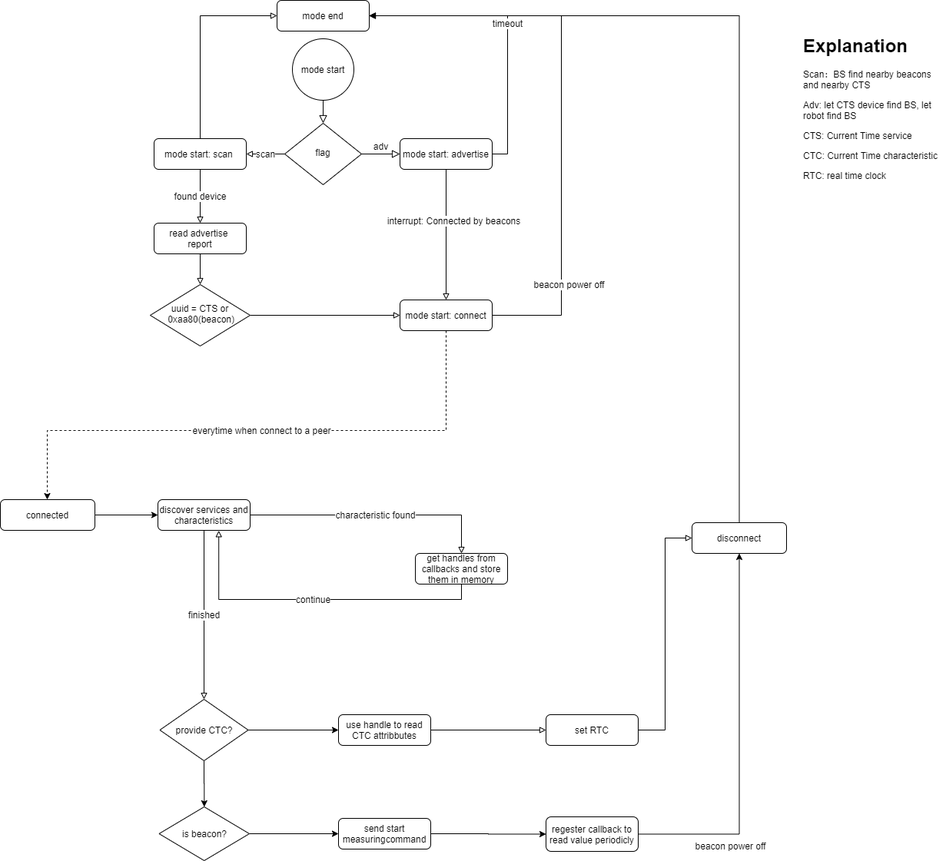
xuanjiao/BLE_adapter_nRF52 keeps this draw.io diagram as drawio_assets/work_flow_bs.png. Above is the earlier version. Source tidied: cells renumbered, new cells last; positions are measured from the earlier drawing's top-left corner, leaving out a move shared by most shapes. Its diagram source:
```xml
<mxGraphModel>
  <root>
    <mxCell id="0" />
    <mxCell id="1" parent="0" />
    <mxCell id="2" style="rounded=0;html=1;jettySize=auto;fontSize=11;endArrow=block;endFill=0;endSize=8;strokeWidth=1;shadow=0;labelBackgroundColor=none;edgeStyle=orthogonalEdgeStyle;exitX=0.5;exitY=1;exitDx=0;exitDy=0;" parent="1" edge="1" source="44" target="5">
      <mxGeometry relative="1" as="geometry" />
    </mxCell>
    <mxCell id="3" value="adv" style="edgeStyle=orthogonalEdgeStyle;rounded=0;html=1;jettySize=auto;fontSize=11;endArrow=block;endFill=0;endSize=8;strokeWidth=1;shadow=0;labelBackgroundColor=none;" parent="1" edge="1" source="5" target="8">
      <mxGeometry y="10" relative="1" as="geometry" />
    </mxCell>
    <mxCell id="4" value="scan" style="edgeStyle=orthogonalEdgeStyle;rounded=0;jettySize=auto;html=1;exitX=0;exitY=0.5;exitDx=0;exitDy=0;entryX=1;entryY=0.5;entryDx=0;entryDy=0;endArrow=block;endFill=0;" parent="1" edge="1" source="5" target="16">
      <mxGeometry relative="1" as="geometry" />
    </mxCell>
    <mxCell id="5" value="flag" style="rhombus;whiteSpace=wrap;html=1;shadow=0;fontFamily=Helvetica;fontSize=12;align=center;strokeWidth=1;spacing=6;spacingTop=-4;" parent="1" vertex="1">
      <mxGeometry x="370" y="160" width="100" height="80" as="geometry" />
    </mxCell>
    <mxCell id="6" value="timeout" style="edgeStyle=orthogonalEdgeStyle;rounded=0;jettySize=auto;html=1;exitX=1;exitY=0.5;exitDx=0;exitDy=0;entryX=1;entryY=0.5;entryDx=0;entryDy=0;" parent="1" edge="1" source="8" target="21">
      <mxGeometry relative="1" as="geometry" />
    </mxCell>
    <mxCell id="7" value="interrupt: Connected by beacons" style="edgeStyle=orthogonalEdgeStyle;rounded=0;jettySize=auto;html=1;entryX=0.5;entryY=0;entryDx=0;entryDy=0;endArrow=block;endFill=0;strokeColor=#000000;" parent="1" edge="1" source="8" target="11">
      <mxGeometry x="-0.39" y="18" relative="1" as="geometry">
        <mxPoint x="-8" y="15" as="offset" />
      </mxGeometry>
    </mxCell>
    <mxCell id="8" value="mode start: advertise" style="rounded=1;whiteSpace=wrap;html=1;fontSize=12;glass=0;strokeWidth=1;shadow=0;" parent="1" vertex="1">
      <mxGeometry x="520" y="180" width="120" height="40" as="geometry" />
    </mxCell>
    <mxCell id="9" value="beacon power off" style="edgeStyle=orthogonalEdgeStyle;rounded=0;jettySize=auto;html=1;exitX=1;exitY=0.5;exitDx=0;exitDy=0;entryX=1;entryY=0.5;entryDx=0;entryDy=0;endArrow=block;endFill=0;strokeColor=#000000;" parent="1" edge="1" source="11" target="21">
      <mxGeometry x="-0.64" y="-10" relative="1" as="geometry">
        <Array as="points">
          <mxPoint x="730" y="410" />
          <mxPoint x="730" y="20" />
        </Array>
      </mxGeometry>
    </mxCell>
    <mxCell id="10" value="everytime when connect to a peer" style="edgeStyle=orthogonalEdgeStyle;rounded=0;jettySize=auto;html=1;dashed=1;" parent="1" edge="1" source="11" target="34">
      <mxGeometry relative="1" as="geometry">
        <Array as="points">
          <mxPoint x="580" y="560" />
          <mxPoint x="61" y="560" />
        </Array>
      </mxGeometry>
    </mxCell>
    <mxCell id="11" value="mode start: connect" style="rounded=1;whiteSpace=wrap;html=1;fontSize=12;glass=0;strokeWidth=1;shadow=0;" parent="1" vertex="1">
      <mxGeometry x="520" y="390" width="120" height="40" as="geometry" />
    </mxCell>
    <mxCell id="12" value="&lt;h1&gt;Explanation&lt;/h1&gt;&lt;p&gt;Scan：BS find nearby beacons and nearby CTS&lt;/p&gt;&lt;p&gt;Adv: let CTS device find BS, let robot find BS&lt;/p&gt;&lt;p&gt;CTS: Current Time service&lt;/p&gt;&lt;p&gt;CTC: Current Time characteristic&lt;/p&gt;&lt;p&gt;RTC: real time clock&lt;/p&gt;" style="text;html=1;strokeColor=none;fillColor=none;spacing=5;spacingTop=-20;whiteSpace=wrap;overflow=hidden;rounded=0;" parent="1" vertex="1">
      <mxGeometry x="1040" y="40" width="190" height="330" as="geometry" />
    </mxCell>
    <mxCell id="13" value="found device" style="edgeStyle=orthogonalEdgeStyle;rounded=0;jettySize=auto;html=1;endArrow=block;endFill=0;" parent="1" edge="1" source="16" target="18">
      <mxGeometry relative="1" as="geometry" />
    </mxCell>
    <mxCell id="14" style="edgeStyle=orthogonalEdgeStyle;rounded=0;jettySize=auto;html=1;exitX=0.5;exitY=0;exitDx=0;exitDy=0;entryX=0;entryY=0.5;entryDx=0;entryDy=0;endArrow=block;endFill=0;strokeColor=#FFFFFF;" parent="1" edge="1" source="16">
      <mxGeometry relative="1" as="geometry">
        <mxPoint x="360" y="90" as="targetPoint" />
      </mxGeometry>
    </mxCell>
    <mxCell id="15" style="edgeStyle=orthogonalEdgeStyle;rounded=0;jettySize=auto;html=1;entryX=0;entryY=0.5;entryDx=0;entryDy=0;endArrow=block;endFill=0;strokeColor=#000000;exitX=0.5;exitY=0;exitDx=0;exitDy=0;" parent="1" edge="1" source="16" target="21">
      <mxGeometry relative="1" as="geometry">
        <Array as="points">
          <mxPoint x="260" y="20" />
        </Array>
      </mxGeometry>
    </mxCell>
    <mxCell id="16" value="mode start: scan&amp;nbsp;" style="rounded=1;whiteSpace=wrap;html=1;fontSize=12;glass=0;strokeWidth=1;shadow=0;" parent="1" vertex="1">
      <mxGeometry x="200" y="180" width="120" height="40" as="geometry" />
    </mxCell>
    <mxCell id="17" style="edgeStyle=orthogonalEdgeStyle;rounded=0;jettySize=auto;html=1;endArrow=block;endFill=0;" parent="1" edge="1" source="18" target="20">
      <mxGeometry relative="1" as="geometry" />
    </mxCell>
    <mxCell id="18" value="read advertise &lt;br&gt;report" style="rounded=1;whiteSpace=wrap;html=1;fontSize=12;glass=0;strokeWidth=1;shadow=0;" parent="1" vertex="1">
      <mxGeometry x="200" y="290" width="120" height="40" as="geometry" />
    </mxCell>
    <mxCell id="19" style="edgeStyle=orthogonalEdgeStyle;rounded=0;jettySize=auto;html=1;exitX=1;exitY=0.5;exitDx=0;exitDy=0;endArrow=block;endFill=0;" parent="1" edge="1" source="20" target="11">
      <mxGeometry relative="1" as="geometry" />
    </mxCell>
    <mxCell id="20" value="uuid = CTS or&lt;br&gt;&amp;nbsp;0xaa80(beacon)" style="rhombus;whiteSpace=wrap;html=1;shadow=0;fontFamily=Helvetica;fontSize=12;align=center;strokeWidth=1;spacing=6;spacingTop=-4;" parent="1" vertex="1">
      <mxGeometry x="195" y="370" width="130" height="80" as="geometry" />
    </mxCell>
    <mxCell id="21" value="mode end" style="rounded=1;whiteSpace=wrap;html=1;fontSize=12;glass=0;strokeWidth=1;shadow=0;" parent="1" vertex="1">
      <mxGeometry x="360" width="120" height="40" as="geometry" />
    </mxCell>
    <mxCell id="22" value="finished" style="edgeStyle=orthogonalEdgeStyle;rounded=0;jettySize=auto;html=1;endArrow=block;endFill=0;strokeColor=#000000;exitX=0.5;exitY=1;exitDx=0;exitDy=0;entryX=0.5;entryY=0;entryDx=0;entryDy=0;" parent="1" edge="1" source="24" target="39">
      <mxGeometry relative="1" as="geometry" />
    </mxCell>
    <mxCell id="23" value="characteristic found" style="edgeStyle=orthogonalEdgeStyle;rounded=0;jettySize=auto;html=1;exitX=1;exitY=0.5;exitDx=0;exitDy=0;entryX=0.5;entryY=0;entryDx=0;entryDy=0;endArrow=block;endFill=0;strokeColor=#000000;" parent="1" edge="1" source="24" target="32">
      <mxGeometry relative="1" as="geometry" />
    </mxCell>
    <mxCell id="24" value="discover services and characteristics" style="rounded=1;whiteSpace=wrap;html=1;fontSize=12;glass=0;strokeWidth=1;shadow=0;" parent="1" vertex="1">
      <mxGeometry x="205" y="650" width="120" height="40" as="geometry" />
    </mxCell>
    <mxCell id="25" style="edgeStyle=orthogonalEdgeStyle;rounded=0;jettySize=auto;html=1;exitX=1;exitY=0.5;exitDx=0;exitDy=0;entryX=0;entryY=0.5;entryDx=0;entryDy=0;endArrow=block;endFill=0;strokeColor=#000000;" parent="1" edge="1" source="26" target="28">
      <mxGeometry relative="1" as="geometry" />
    </mxCell>
    <mxCell id="26" value="use handle to read CTC attribbutes" style="rounded=1;whiteSpace=wrap;html=1;fontSize=12;glass=0;strokeWidth=1;shadow=0;" parent="1" vertex="1">
      <mxGeometry x="440" y="930" width="120" height="40" as="geometry" />
    </mxCell>
    <mxCell id="27" style="edgeStyle=orthogonalEdgeStyle;rounded=0;jettySize=auto;html=1;exitX=1;exitY=0.5;exitDx=0;exitDy=0;entryX=0;entryY=0.5;entryDx=0;entryDy=0;endArrow=block;endFill=0;strokeColor=#000000;" parent="1" edge="1" source="28" target="30">
      <mxGeometry relative="1" as="geometry" />
    </mxCell>
    <mxCell id="28" value="set RTC" style="rounded=1;whiteSpace=wrap;html=1;fontSize=12;glass=0;strokeWidth=1;shadow=0;" parent="1" vertex="1">
      <mxGeometry x="710" y="930" width="120" height="40" as="geometry" />
    </mxCell>
    <mxCell id="29" style="edgeStyle=orthogonalEdgeStyle;rounded=0;jettySize=auto;html=1;exitX=0.5;exitY=0;exitDx=0;exitDy=0;entryX=1;entryY=0.5;entryDx=0;entryDy=0;endArrow=block;endFill=0;strokeColor=#000000;" parent="1" edge="1" source="30" target="21">
      <mxGeometry relative="1" as="geometry" />
    </mxCell>
    <mxCell id="30" value="disconnect" style="rounded=1;whiteSpace=wrap;html=1;" parent="1" vertex="1">
      <mxGeometry x="900" y="680" width="123" height="40" as="geometry" />
    </mxCell>
    <mxCell id="31" value="continue" style="edgeStyle=orthogonalEdgeStyle;rounded=0;jettySize=auto;html=1;exitX=0.5;exitY=1;exitDx=0;exitDy=0;entryX=0.66;entryY=1.008;entryDx=0;entryDy=0;entryPerimeter=0;endArrow=block;endFill=0;strokeColor=#000000;" parent="1" edge="1" source="32" target="24">
      <mxGeometry relative="1" as="geometry" />
    </mxCell>
    <mxCell id="32" value="get handles from callbacks and store them in memory" style="rounded=1;whiteSpace=wrap;html=1;fontSize=12;glass=0;strokeWidth=1;shadow=0;" parent="1" vertex="1">
      <mxGeometry x="540" y="720" width="120" height="40" as="geometry" />
    </mxCell>
    <mxCell id="33" style="edgeStyle=orthogonalEdgeStyle;rounded=0;jettySize=auto;html=1;entryX=0;entryY=0.5;entryDx=0;entryDy=0;" parent="1" edge="1" source="34" target="24">
      <mxGeometry relative="1" as="geometry" />
    </mxCell>
    <mxCell id="34" value="connected" style="rounded=1;whiteSpace=wrap;html=1;" parent="1" vertex="1">
      <mxGeometry y="650" width="123" height="40" as="geometry" />
    </mxCell>
    <mxCell id="35" style="edgeStyle=orthogonalEdgeStyle;rounded=0;jettySize=auto;html=1;exitX=1;exitY=0.5;exitDx=0;exitDy=0;" parent="1" edge="1" source="36" target="41">
      <mxGeometry relative="1" as="geometry" />
    </mxCell>
    <mxCell id="36" value="is beacon?" style="rhombus;whiteSpace=wrap;html=1;" parent="1" vertex="1">
      <mxGeometry x="206.5" y="1050" width="117.5" height="70" as="geometry" />
    </mxCell>
    <mxCell id="37" style="edgeStyle=orthogonalEdgeStyle;rounded=0;jettySize=auto;html=1;" parent="1" edge="1" source="39" target="26">
      <mxGeometry relative="1" as="geometry" />
    </mxCell>
    <mxCell id="38" style="edgeStyle=orthogonalEdgeStyle;rounded=0;jettySize=auto;html=1;exitX=0.5;exitY=1;exitDx=0;exitDy=0;" parent="1" edge="1" source="39" target="36">
      <mxGeometry relative="1" as="geometry" />
    </mxCell>
    <mxCell id="39" value="provide CTC?" style="rhombus;whiteSpace=wrap;html=1;" parent="1" vertex="1">
      <mxGeometry x="207.5" y="910" width="115" height="80" as="geometry" />
    </mxCell>
    <mxCell id="40" style="edgeStyle=orthogonalEdgeStyle;rounded=0;jettySize=auto;html=1;exitX=1;exitY=0.5;exitDx=0;exitDy=0;" parent="1" edge="1" source="41" target="43">
      <mxGeometry relative="1" as="geometry" />
    </mxCell>
    <mxCell id="41" value="send start measuringcommand" style="rounded=1;whiteSpace=wrap;html=1;fontSize=12;glass=0;strokeWidth=1;shadow=0;" parent="1" vertex="1">
      <mxGeometry x="440" y="1065" width="120" height="40" as="geometry" />
    </mxCell>
    <mxCell id="42" value="beacon power off" style="edgeStyle=orthogonalEdgeStyle;rounded=0;jettySize=auto;html=1;exitX=1;exitY=0.5;exitDx=0;exitDy=0;" parent="1" edge="1" source="43" target="30">
      <mxGeometry x="-0.52" y="-15" relative="1" as="geometry" />
    </mxCell>
    <mxCell id="43" value="regester callback to read value periodicly" style="rounded=1;whiteSpace=wrap;html=1;" parent="1" vertex="1">
      <mxGeometry x="710" y="1063" width="120" height="45" as="geometry" />
    </mxCell>
    <mxCell id="44" value="&lt;span style=&quot;white-space: normal&quot;&gt;mode start&lt;/span&gt;" style="ellipse;whiteSpace=wrap;html=1;" parent="1" vertex="1">
      <mxGeometry x="380" y="50" width="80" height="80" as="geometry" />
    </mxCell>
  </root>
</mxGraphModel>
```
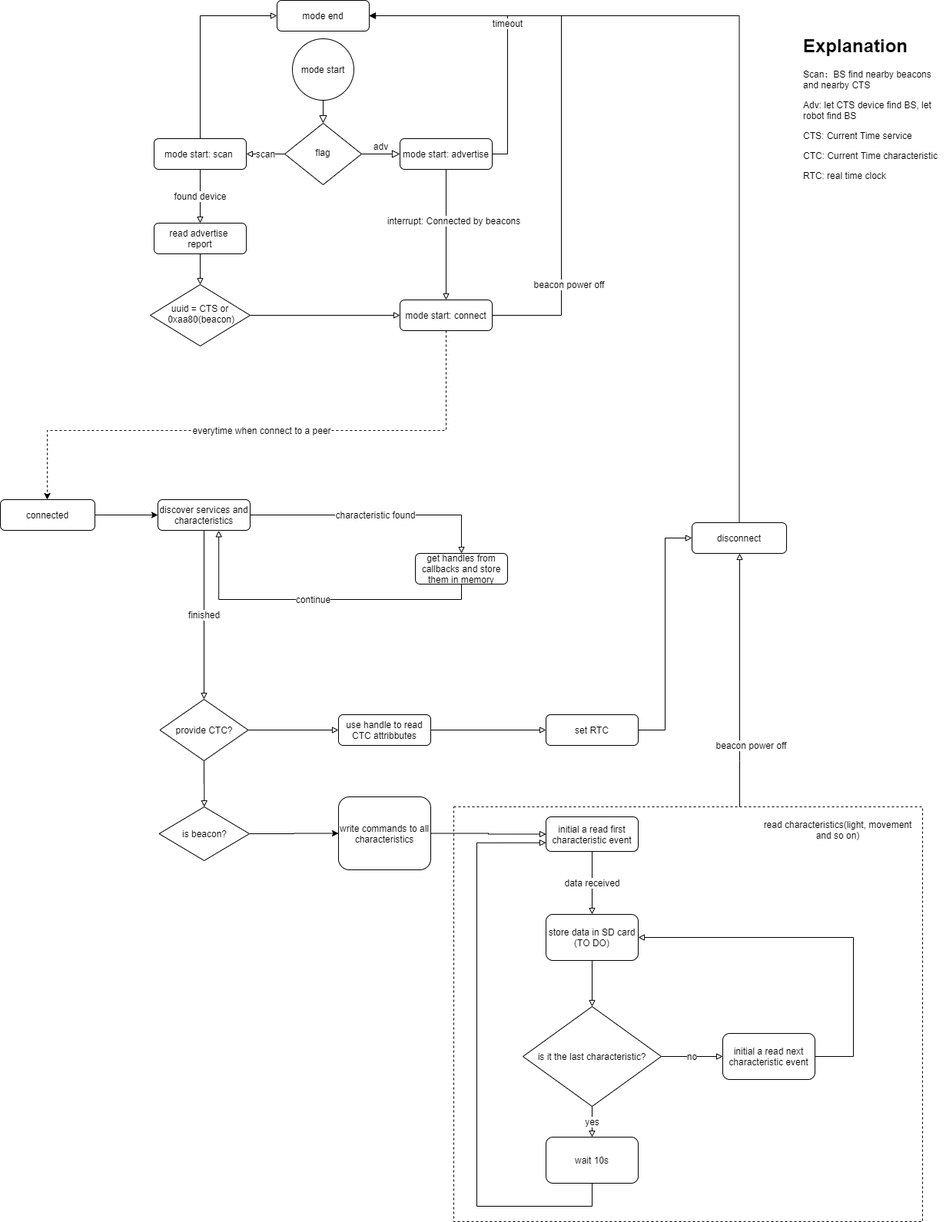
The same diagram one commit later.

What changed in the source:
```diff
@@ -2,6 +2,9 @@
   <root>
     <mxCell id="0" />
     <mxCell id="1" parent="0" />
+    <mxCell id="45" style="rounded=0;whiteSpace=wrap;html=1;fillColor=none;dashed=1;align=right;" parent="1" vertex="1">
+      <mxGeometry x="590" y="1050" width="610" height="540" as="geometry" />
+    </mxCell>
     <mxCell id="2" style="rounded=0;html=1;jettySize=auto;fontSize=11;endArrow=block;endFill=0;endSize=8;strokeWidth=1;shadow=0;labelBackgroundColor=none;edgeStyle=orthogonalEdgeStyle;exitX=0.5;exitY=1;exitDx=0;exitDy=0;" parent="1" edge="1" source="44" target="5">
       <mxGeometry relative="1" as="geometry" />
     </mxCell>
@@ -125,29 +128,77 @@
     <mxCell id="36" value="is beacon?" style="rhombus;whiteSpace=wrap;html=1;" parent="1" vertex="1">
       <mxGeometry x="206.5" y="1050" width="117.5" height="70" as="geometry" />
     </mxCell>
-    <mxCell id="37" style="edgeStyle=orthogonalEdgeStyle;rounded=0;jettySize=auto;html=1;" parent="1" edge="1" source="39" target="26">
+    <mxCell id="37" style="edgeStyle=orthogonalEdgeStyle;rounded=0;jettySize=auto;html=1;endArrow=block;endFill=0;" parent="1" edge="1" source="39" target="26">
       <mxGeometry relative="1" as="geometry" />
     </mxCell>
-    <mxCell id="38" style="edgeStyle=orthogonalEdgeStyle;rounded=0;jettySize=auto;html=1;exitX=0.5;exitY=1;exitDx=0;exitDy=0;" parent="1" edge="1" source="39" target="36">
+    <mxCell id="38" style="edgeStyle=orthogonalEdgeStyle;rounded=0;jettySize=auto;html=1;exitX=0.5;exitY=1;exitDx=0;exitDy=0;endArrow=block;endFill=0;" parent="1" edge="1" source="39" target="36">
       <mxGeometry relative="1" as="geometry" />
     </mxCell>
     <mxCell id="39" value="provide CTC?" style="rhombus;whiteSpace=wrap;html=1;" parent="1" vertex="1">
       <mxGeometry x="207.5" y="910" width="115" height="80" as="geometry" />
     </mxCell>
-    <mxCell id="40" style="edgeStyle=orthogonalEdgeStyle;rounded=0;jettySize=auto;html=1;exitX=1;exitY=0.5;exitDx=0;exitDy=0;" parent="1" edge="1" source="41" target="43">
+    <mxCell id="40" style="edgeStyle=orthogonalEdgeStyle;rounded=0;jettySize=auto;html=1;exitX=1;exitY=0.5;exitDx=0;exitDy=0;endArrow=block;endFill=0;" parent="1" edge="1" source="41" target="43">
       <mxGeometry relative="1" as="geometry" />
     </mxCell>
-    <mxCell id="41" value="send start measuringcommand" style="rounded=1;whiteSpace=wrap;html=1;fontSize=12;glass=0;strokeWidth=1;shadow=0;" parent="1" vertex="1">
-      <mxGeometry x="440" y="1065" width="120" height="40" as="geometry" />
+    <mxCell id="41" value="write commands to all characteristics" style="rounded=1;whiteSpace=wrap;html=1;fontSize=12;glass=0;strokeWidth=1;shadow=0;" parent="1" vertex="1">
+      <mxGeometry x="440" y="1037" width="120" height="95" as="geometry" />
     </mxCell>
-    <mxCell id="42" value="beacon power off" style="edgeStyle=orthogonalEdgeStyle;rounded=0;jettySize=auto;html=1;exitX=1;exitY=0.5;exitDx=0;exitDy=0;" parent="1" edge="1" source="43" target="30">
-      <mxGeometry x="-0.52" y="-15" relative="1" as="geometry" />
+    <mxCell id="42" value="beacon power off" style="edgeStyle=orthogonalEdgeStyle;rounded=0;jettySize=auto;html=1;endArrow=block;endFill=0;" parent="1" edge="1" source="45" target="30">
+      <mxGeometry x="-0.52" y="-15" relative="1" as="geometry">
+        <Array as="points">
+          <mxPoint x="962" y="990" />
+          <mxPoint x="962" y="990" />
+        </Array>
+      </mxGeometry>
     </mxCell>
+    <mxCell id="46" value="data received" style="edgeStyle=orthogonalEdgeStyle;rounded=0;jettySize=auto;html=1;endArrow=block;endFill=0;" parent="1" edge="1" source="43" target="48">
+      <mxGeometry relative="1" as="geometry" />
+    </mxCell>
-    <mxCell id="43" value="regester callback to read value periodicly" style="rounded=1;whiteSpace=wrap;html=1;" parent="1" vertex="1">
+    <mxCell id="43" value="initial a read first characteristic event" style="rounded=1;whiteSpace=wrap;html=1;" parent="1" vertex="1">
       <mxGeometry x="710" y="1063" width="120" height="45" as="geometry" />
     </mxCell>
     <mxCell id="44" value="&lt;span style=&quot;white-space: normal&quot;&gt;mode start&lt;/span&gt;" style="ellipse;whiteSpace=wrap;html=1;" parent="1" vertex="1">
       <mxGeometry x="380" y="50" width="80" height="80" as="geometry" />
     </mxCell>
+    <mxCell id="47" style="edgeStyle=orthogonalEdgeStyle;rounded=0;jettySize=auto;html=1;exitX=0.5;exitY=1;exitDx=0;exitDy=0;endArrow=block;endFill=0;" parent="1" edge="1" source="48" target="51">
+      <mxGeometry relative="1" as="geometry" />
+    </mxCell>
+    <mxCell id="48" value="store data in SD card&lt;br&gt;(TO DO)" style="rounded=1;whiteSpace=wrap;html=1;" parent="1" vertex="1">
+      <mxGeometry x="710" y="1190" width="120" height="60" as="geometry" />
+    </mxCell>
+    <mxCell id="49" value="no" style="edgeStyle=orthogonalEdgeStyle;rounded=0;jettySize=auto;html=1;endArrow=block;endFill=0;" parent="1" edge="1" source="51" target="53">
+      <mxGeometry relative="1" as="geometry" />
+    </mxCell>
+    <mxCell id="50" value="yes" style="edgeStyle=orthogonalEdgeStyle;rounded=0;jettySize=auto;html=1;exitX=0.5;exitY=1;exitDx=0;exitDy=0;endArrow=block;endFill=0;" parent="1" edge="1" source="51" target="55">
+      <mxGeometry relative="1" as="geometry" />
+    </mxCell>
+    <mxCell id="51" value="is it the last characteristic?" style="rhombus;whiteSpace=wrap;html=1;" parent="1" vertex="1">
+      <mxGeometry x="680" y="1310" width="180" height="130" as="geometry" />
+    </mxCell>
+    <mxCell id="52" style="edgeStyle=orthogonalEdgeStyle;rounded=0;jettySize=auto;html=1;entryX=1;entryY=0.5;entryDx=0;entryDy=0;endArrow=block;endFill=0;" parent="1" edge="1" source="53" target="48">
+      <mxGeometry relative="1" as="geometry">
+        <Array as="points">
+          <mxPoint x="1110" y="1375" />
+          <mxPoint x="1110" y="1220" />
+        </Array>
+      </mxGeometry>
+    </mxCell>
+    <mxCell id="53" value="initial a read next characteristic event" style="rounded=1;whiteSpace=wrap;html=1;" parent="1" vertex="1">
+      <mxGeometry x="940" y="1345" width="120" height="60" as="geometry" />
+    </mxCell>
+    <mxCell id="54" style="edgeStyle=orthogonalEdgeStyle;rounded=0;jettySize=auto;html=1;entryX=0;entryY=0.75;entryDx=0;entryDy=0;endArrow=block;endFill=0;" parent="1" edge="1" source="55" target="43">
+      <mxGeometry relative="1" as="geometry">
+        <Array as="points">
+          <mxPoint x="620" y="1570" />
+          <mxPoint x="620" y="1097" />
+        </Array>
+      </mxGeometry>
+    </mxCell>
+    <mxCell id="55" value="wait 10s" style="rounded=1;whiteSpace=wrap;html=1;" parent="1" vertex="1">
+      <mxGeometry x="710" y="1480" width="120" height="60" as="geometry" />
+    </mxCell>
+    <mxCell id="56" value="&lt;span style=&quot;text-align: right&quot;&gt;read characteristics(light, movement and so on)&lt;/span&gt;" style="text;html=1;strokeColor=none;fillColor=none;align=center;verticalAlign=middle;whiteSpace=wrap;rounded=0;dashed=1;" parent="1" vertex="1">
+      <mxGeometry x="990" y="1050" width="200" height="60" as="geometry" />
+    </mxCell>
   </root>
 </mxGraphModel>
```
